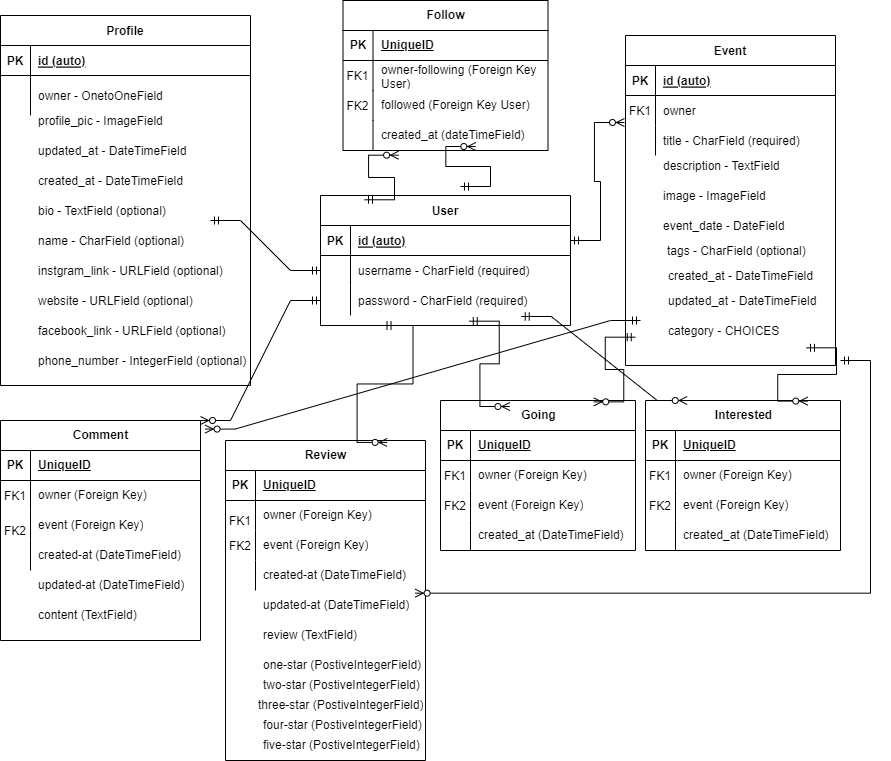
The draw.io diagram images/events-erd.drawio.png in quiltingcode/events-backend-api, before a commit. Source tidied: cells renumbered, new cells last; positions are measured from the earlier drawing's top-left corner, leaving out a move shared by most shapes.
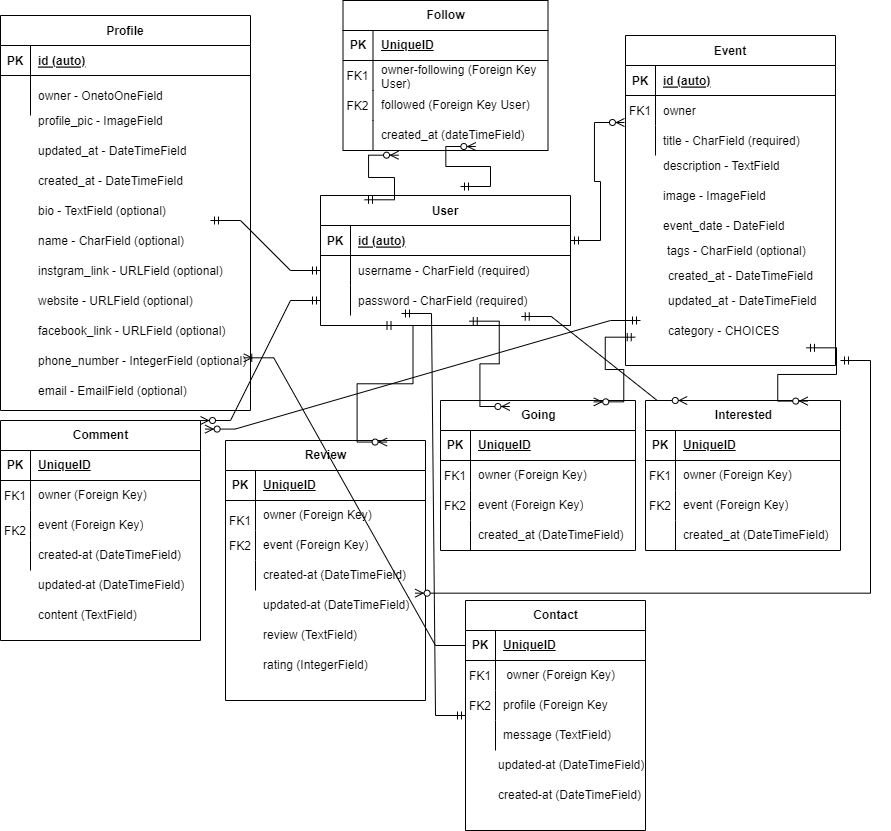
The same file after the commit.

Change to the diagram source:
```diff
@@ -63,7 +63,7 @@
       <mxGeometry x="30" width="180" height="30" as="geometry" />
     </mxCell>
     <mxCell id="22" value="Profile" style="shape=table;startSize=30;rowLines=0;fontStyle=1;align=center;" parent="1" vertex="1">
-      <mxGeometry y="15" width="250" height="370" as="geometry" />
+      <mxGeometry y="15" width="250" height="395" as="geometry" />
     </mxCell>
     <mxCell id="23" style="shape=partialRectangle;fillColor=none;top=0;left=0;right=0;bottom=1;" parent="22" vertex="1">
       <mxGeometry y="30" width="250" height="30" as="geometry" />
@@ -345,7 +345,7 @@
       <mxGeometry x="30" y="600" width="170" height="30" as="geometry" />
     </mxCell>
     <mxCell id="116" value="Review" style="shape=table;startSize=30;rowLines=0;fontStyle=1;align=center;html=1;" parent="1" vertex="1">
-      <mxGeometry x="225" y="440" width="200" height="320" as="geometry" />
+      <mxGeometry x="225" y="440" width="200" height="260" as="geometry" />
     </mxCell>
     <mxCell id="117" style="shape=tableRow;horizontal=0;startSize=0;swimlaneHead=0;swimlaneBody=0;fillColor=none;top=0;left=0;right=0;bottom=1;" parent="116" vertex="1">
       <mxGeometry y="30" width="200" height="30" as="geometry" />
@@ -482,20 +482,77 @@
     <mxCell id="159" value="review (TextField)" style="shape=partialRectangle;fillColor=none;top=0;left=0;bottom=0;right=0;align=left;spacingLeft=6;overflow=hidden;whiteSpace=wrap;html=1;" parent="1" vertex="1">
       <mxGeometry x="255" y="620" width="170" height="30" as="geometry" />
     </mxCell>
-    <mxCell id="160" value="one-star (PostiveIntegerField)" style="shape=partialRectangle;fillColor=none;top=0;left=0;bottom=0;right=0;align=left;spacingLeft=6;overflow=hidden;whiteSpace=wrap;html=1;" parent="1" vertex="1">
+    <mxCell id="160" value="rating (IntegerField)" style="shape=partialRectangle;fillColor=none;top=0;left=0;bottom=0;right=0;align=left;spacingLeft=6;overflow=hidden;whiteSpace=wrap;html=1;" parent="1" vertex="1">
       <mxGeometry x="255" y="650" width="170" height="30" as="geometry" />
     </mxCell>
-    <mxCell id="161" value="two-star (PostiveIntegerField)" style="shape=partialRectangle;fillColor=none;top=0;left=0;bottom=0;right=0;align=left;spacingLeft=6;overflow=hidden;whiteSpace=wrap;html=1;" parent="1" vertex="1">
-      <mxGeometry x="255" y="670" width="170" height="30" as="geometry" />
-    </mxCell>
-    <mxCell id="162" value="three-star (PostiveIntegerField)" style="shape=partialRectangle;fillColor=none;top=0;left=0;bottom=0;right=0;align=left;spacingLeft=6;overflow=hidden;whiteSpace=wrap;html=1;" parent="1" vertex="1">
-      <mxGeometry x="250" y="690" width="195" height="30" as="geometry" />
-    </mxCell>
-    <mxCell id="163" value="four-star (PostiveIntegerField)" style="shape=partialRectangle;fillColor=none;top=0;left=0;bottom=0;right=0;align=left;spacingLeft=6;overflow=hidden;whiteSpace=wrap;html=1;" parent="1" vertex="1">
-      <mxGeometry x="255" y="710" width="170" height="30" as="geometry" />
-    </mxCell>
-    <mxCell id="164" value="five-star (PostiveIntegerField)" style="shape=partialRectangle;fillColor=none;top=0;left=0;bottom=0;right=0;align=left;spacingLeft=6;overflow=hidden;whiteSpace=wrap;html=1;" parent="1" vertex="1">
-      <mxGeometry x="255" y="730" width="170" height="30" as="geometry" />
-    </mxCell>
+    <mxCell id="165" style="shape=partialRectangle;fillColor=none;points=[[0,0.5],[1,0.5]];portConstraint=eastwest;top=0;left=0;right=0;bottom=0;" parent="1" vertex="1">
+      <mxGeometry x="10" y="360" width="250" height="40" as="geometry" />
+    </mxCell>
+    <mxCell id="166" style="shape=partialRectangle;overflow=hidden;fillColor=none;top=0;left=0;bottom=0;right=0;" parent="165" vertex="1">
+      <mxGeometry width="30" height="40" as="geometry" />
+    </mxCell>
+    <mxCell id="167" value="email - EmailField (optional)" style="shape=partialRectangle;overflow=hidden;fillColor=none;top=0;left=0;bottom=0;right=0;align=left;spacingLeft=6;" parent="165" vertex="1">
+      <mxGeometry x="20" y="10" width="220" height="40" as="geometry" />
+    </mxCell>
+    <mxCell id="168" value="Contact" style="shape=table;startSize=30;rowLines=0;fontStyle=1;align=center;html=1;" parent="1" vertex="1">
+      <mxGeometry x="465" y="600" width="180" height="230" as="geometry" />
+    </mxCell>
+    <mxCell id="169" style="shape=tableRow;horizontal=0;startSize=0;swimlaneHead=0;swimlaneBody=0;fillColor=none;points=[[0,0.5],[1,0.5]];portConstraint=eastwest;top=0;left=0;right=0;bottom=1;" parent="168" vertex="1">
+      <mxGeometry y="30" width="180" height="30" as="geometry" />
+    </mxCell>
+    <mxCell id="170" value="PK" style="shape=partialRectangle;fillColor=none;top=0;left=0;bottom=0;right=0;fontStyle=1;overflow=hidden;whiteSpace=wrap;html=1;" parent="169" vertex="1">
+      <mxGeometry width="30" height="30" as="geometry" />
+    </mxCell>
+    <mxCell id="171" value="UniqueID" style="shape=partialRectangle;fillColor=none;top=0;left=0;bottom=0;right=0;align=left;spacingLeft=6;fontStyle=5;overflow=hidden;whiteSpace=wrap;html=1;" parent="169" vertex="1">
+      <mxGeometry x="30" width="150" height="30" as="geometry" />
+    </mxCell>
+    <mxCell id="172" style="shape=tableRow;horizontal=0;startSize=0;swimlaneHead=0;swimlaneBody=0;fillColor=none;top=0;left=0;right=0;bottom=0;" parent="168" vertex="1">
+      <mxGeometry y="60" width="180" height="30" as="geometry" />
+    </mxCell>
+    <mxCell id="173" style="shape=partialRectangle;fillColor=none;top=0;left=0;bottom=0;right=0;overflow=hidden;whiteSpace=wrap;html=1;" parent="172" vertex="1">
+      <mxGeometry width="30" height="30" as="geometry" />
+    </mxCell>
+    <mxCell id="174" value="&amp;nbsp;owner (Foreign Key)" style="shape=partialRectangle;fillColor=none;top=0;left=0;bottom=0;right=0;align=left;spacingLeft=6;overflow=hidden;whiteSpace=wrap;html=1;" parent="172" vertex="1">
+      <mxGeometry x="30" width="150" height="30" as="geometry" />
+    </mxCell>
+    <mxCell id="175" style="shape=tableRow;horizontal=0;startSize=0;swimlaneHead=0;swimlaneBody=0;fillColor=none;top=0;left=0;right=0;bottom=0;" parent="168" vertex="1">
+      <mxGeometry y="90" width="180" height="30" as="geometry" />
+    </mxCell>
+    <mxCell id="176" style="shape=partialRectangle;fillColor=none;top=0;left=0;bottom=0;right=0;overflow=hidden;whiteSpace=wrap;html=1;" parent="175" vertex="1">
+      <mxGeometry width="30" height="30" as="geometry" />
+    </mxCell>
+    <mxCell id="177" style="shape=partialRectangle;fillColor=none;top=0;left=0;bottom=0;right=0;align=left;spacingLeft=6;overflow=hidden;whiteSpace=wrap;html=1;" parent="175" vertex="1">
+      <mxGeometry x="30" width="150" height="30" as="geometry" />
+    </mxCell>
+    <mxCell id="178" style="shape=tableRow;horizontal=0;startSize=0;swimlaneHead=0;swimlaneBody=0;fillColor=none;top=0;left=0;right=0;bottom=0;" parent="168" vertex="1">
+      <mxGeometry y="120" width="180" height="30" as="geometry" />
+    </mxCell>
+    <mxCell id="179" style="shape=partialRectangle;fillColor=none;top=0;left=0;bottom=0;right=0;overflow=hidden;whiteSpace=wrap;html=1;" parent="178" vertex="1">
+      <mxGeometry width="30" height="30" as="geometry" />
+    </mxCell>
+    <mxCell id="180" value="message (TextField)" style="shape=partialRectangle;fillColor=none;top=0;left=0;bottom=0;right=0;align=left;spacingLeft=6;overflow=hidden;whiteSpace=wrap;html=1;" parent="178" vertex="1">
+      <mxGeometry x="30" width="150" height="30" as="geometry" />
+    </mxCell>
+    <mxCell id="181" value="FK1" style="shape=partialRectangle;overflow=hidden;fillColor=none;top=0;left=0;bottom=0;right=0;" parent="1" vertex="1">
+      <mxGeometry x="465" y="660" width="30" height="30" as="geometry" />
+    </mxCell>
+    <mxCell id="182" value="created-at (DateTimeField)" style="shape=partialRectangle;fillColor=none;top=0;left=0;bottom=0;right=0;align=left;spacingLeft=6;overflow=hidden;whiteSpace=wrap;html=1;" parent="1" vertex="1">
+      <mxGeometry x="490" y="780" width="170" height="30" as="geometry" />
+    </mxCell>
+    <mxCell id="183" value="updated-at (DateTimeField)" style="shape=partialRectangle;fillColor=none;top=0;left=0;bottom=0;right=0;align=left;spacingLeft=6;overflow=hidden;whiteSpace=wrap;html=1;" parent="1" vertex="1">
+      <mxGeometry x="490" y="750" width="170" height="30" as="geometry" />
+    </mxCell>
+    <mxCell id="184" style="edgeStyle=entityRelationEdgeStyle;fontSize=12;html=1;endArrow=ERmandOne;startArrow=ERmandOne;rounded=0;entryX=0.324;entryY=0.933;entryDx=0;entryDy=0;entryPerimeter=0;" parent="1" edge="1" source="168" target="9">
+      <mxGeometry relative="1" as="geometry" />
+    </mxCell>
+    <mxCell id="185" value="profile (Foreign Key" style="shape=partialRectangle;fillColor=none;top=0;left=0;bottom=0;right=0;align=left;spacingLeft=6;overflow=hidden;whiteSpace=wrap;html=1;" parent="1" vertex="1">
+      <mxGeometry x="495" y="690" width="170" height="30" as="geometry" />
+    </mxCell>
+    <mxCell id="186" value="FK2" style="shape=partialRectangle;overflow=hidden;fillColor=none;top=0;left=0;bottom=0;right=0;" parent="1" vertex="1">
+      <mxGeometry x="465" y="690" width="30" height="30" as="geometry" />
+    </mxCell>
+    <mxCell id="187" style="edgeStyle=entityRelationEdgeStyle;fontSize=12;html=1;endArrow=ERoneToMany;rounded=0;entryX=0.933;entryY=-0.067;entryDx=0;entryDy=0;entryPerimeter=0;" parent="1" edge="1" source="169" target="165">
+      <mxGeometry relative="1" as="geometry" />
+    </mxCell>
   </root>
 </mxGraphModel>
```
